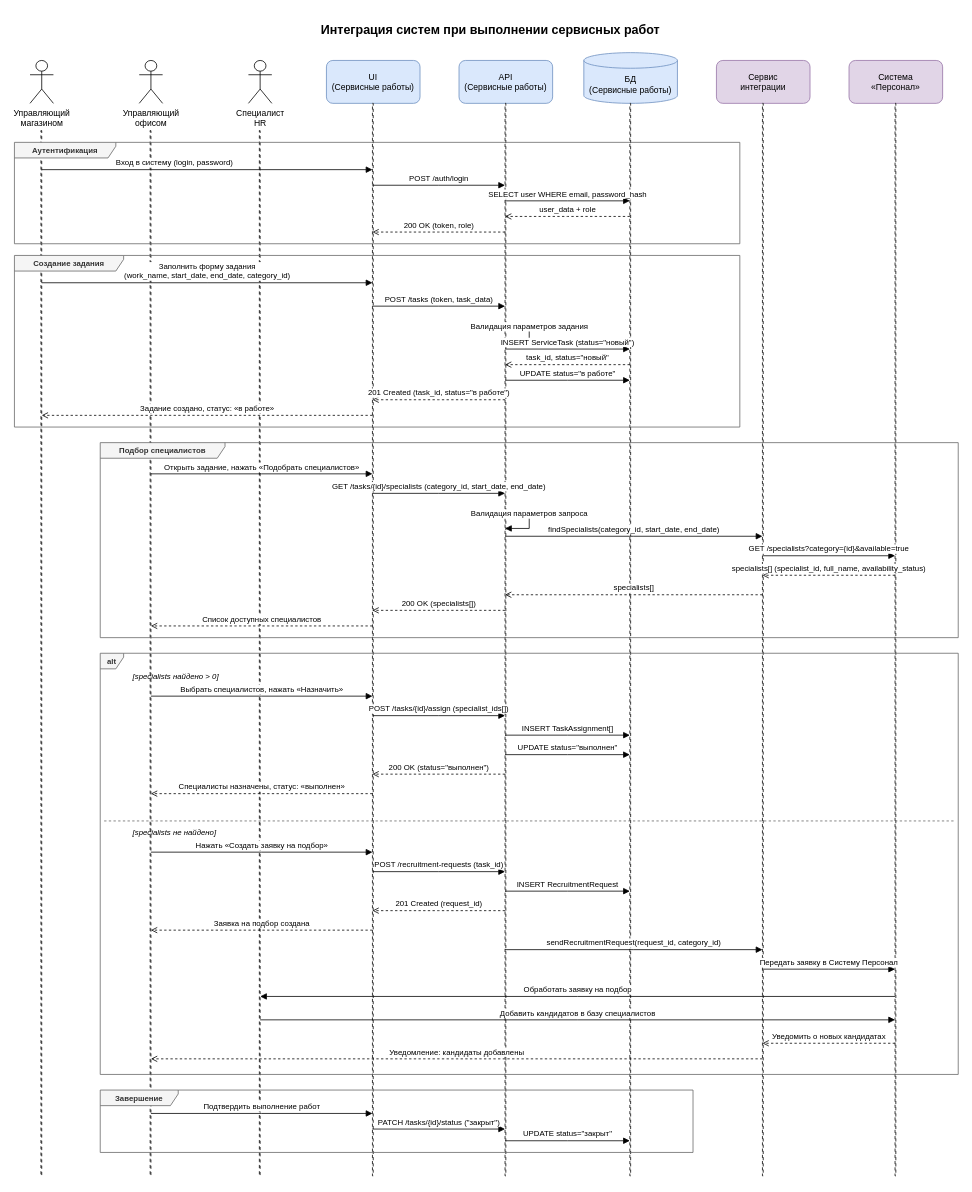
Above: Квеквескири В.А.  ЯП 1-4/Задание 4. Диаграмма последовательности (sequence).drawio in VladislavKve/yandexpraktikum (draw.io), before the change. Source tidied: cells renumbered, new cells numbered last; positions are measured from the earlier drawing's top-left corner, leaving out a move shared by most shapes. Both pictures are drawn from the tidied source at 78%, with x=0, y=0 at pixel (14, 13).
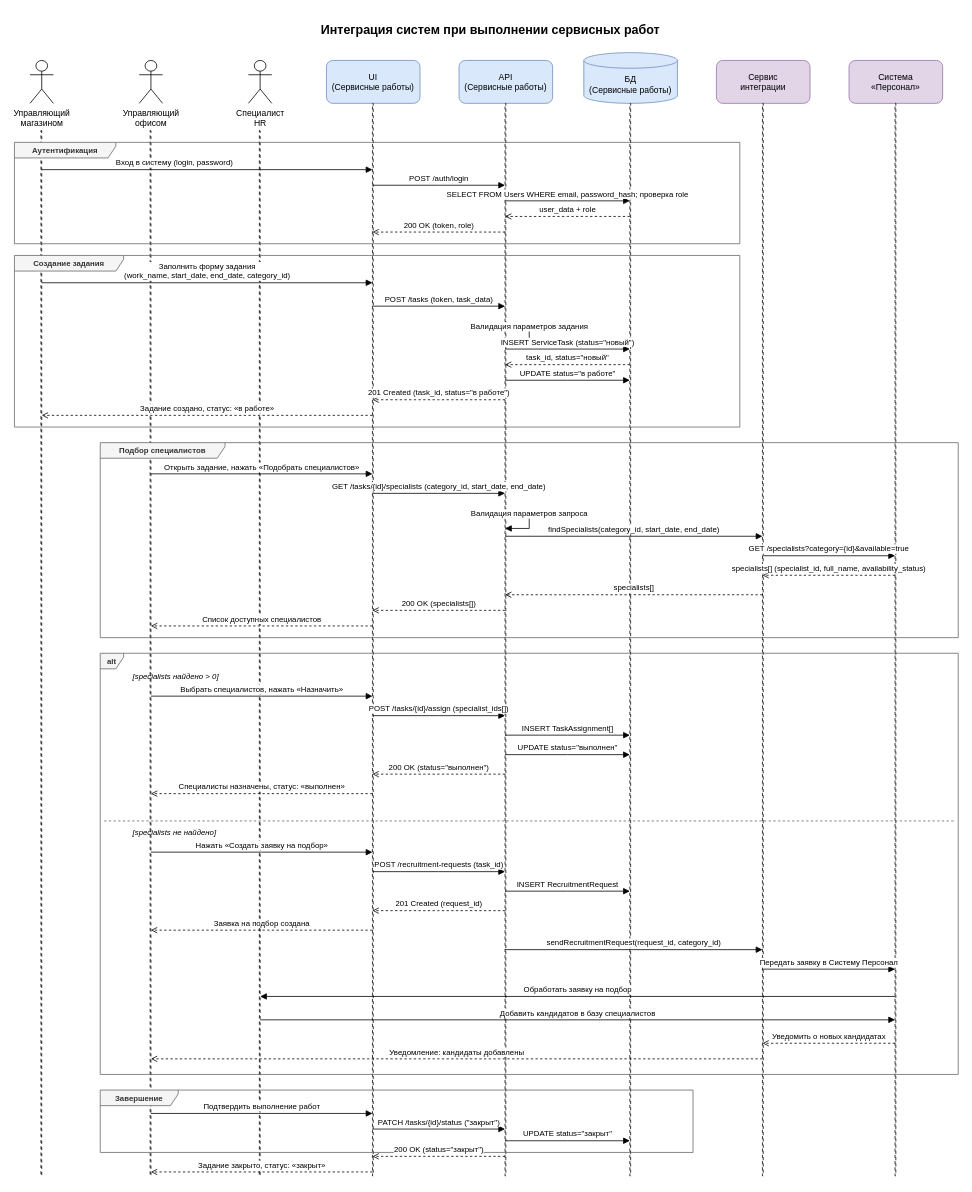
Above is the later version.

Commit message (it also covers changes not shown here):
fix: финальная доработка диаграмм по инструкциям Manus AI

- BPMN: добавлена аннотация на стрелку возврата от HR к Управляющему
  офисом: "Специалист добавлен, можно повторить подбор"
- Sequence: уточнён запрос аутентификации — явно указана таблица Users
  и проверка role
- Sequence: добавлено подтверждение закрытия задания в конце диаграммы
  (200 OK + сообщение актору "Задание закрыто, статус: «закрыт»")

Made-with: Cursor

The edit, as a diff of the source:
```diff
@@
-    <mxCell id="22" value="SELECT user WHERE email, password_hash" style="html=1;verticalAlign=bottom;endArrow=block;edgeStyle=elbowEdgeStyle;elbow=horizontal;curved=0;rounded=0;fontSize=10;" parent="1" edge="1">
+    <mxCell id="22" value="SELECT FROM Users WHERE email, password_hash; проверка role" style="html=1;verticalAlign=bottom;endArrow=block;edgeStyle=elbowEdgeStyle;elbow=horizontal;curved=0;rounded=0;fontSize=10;" parent="1" edge="1">
       <mxGeometry relative="1" as="geometry">
         <mxPoint x="629" y="240" as="sourcePoint" />
         <mxPoint x="789" y="240" as="targetPoint" />
       </mxGeometry>
     </mxCell>
@@
+    <mxCell id="69" value="200 OK (status=&quot;закрыт&quot;)" style="html=1;verticalAlign=bottom;endArrow=open;dashed=1;edgeStyle=elbowEdgeStyle;elbow=horizontal;curved=0;rounded=0;fontSize=10;" parent="1" edge="1">
+      <mxGeometry relative="1" as="geometry">
+        <mxPoint x="629" y="1465" as="sourcePoint" />
+        <mxPoint x="459" y="1465" as="targetPoint" />
+      </mxGeometry>
+    </mxCell>
+    <mxCell id="70" value="Задание закрыто, статус: «закрыт»" style="html=1;verticalAlign=bottom;endArrow=open;dashed=1;edgeStyle=elbowEdgeStyle;elbow=horizontal;curved=0;rounded=0;fontSize=10;" parent="1" edge="1">
+      <mxGeometry relative="1" as="geometry">
+        <mxPoint x="459" y="1485" as="sourcePoint" />
+        <mxPoint x="175" y="1485" as="targetPoint" />
+      </mxGeometry>
+    </mxCell>
```
